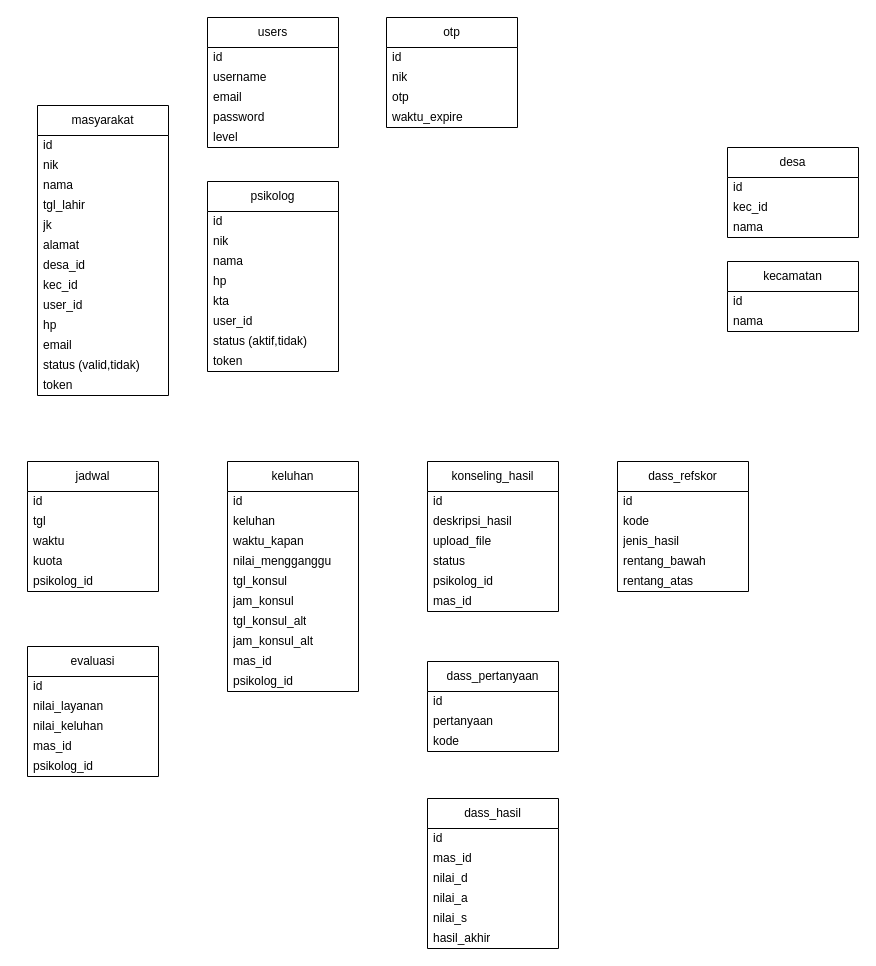
Earlier version of the draw.io diagram env_designs/erd_dps_baru.drawio (zeneight/drawio). Source tidied: cells renumbered, new cells numbered last; positions are measured from the earlier drawing's top-left corner, leaving out a move shared by most shapes. Both pictures are drawn from the tidied source at 100%, with x=0, y=0 at pixel (27, 17).
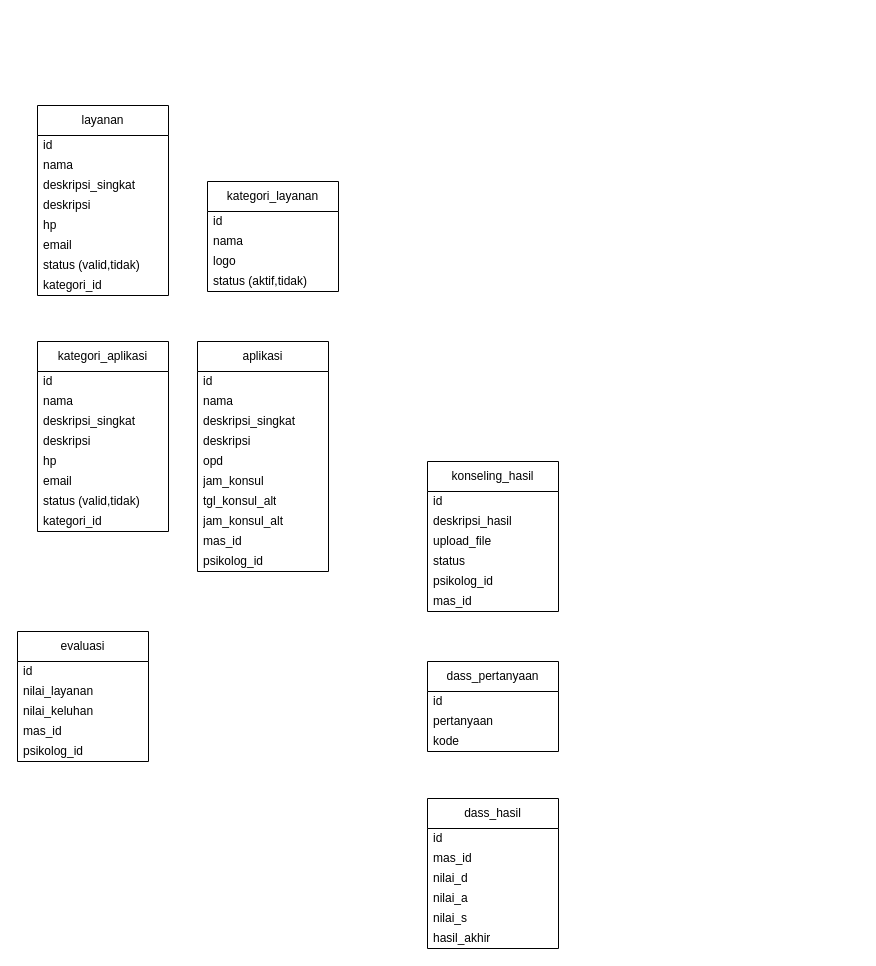
The same page after the edit.

The edit, as a diff of the source:
```diff
@@
-    <mxCell id="2" value="masyarakat" style="swimlane;fontStyle=0;horizontal=1;startSize=30;whiteSpace=wrap;html=1;" parent="1" vertex="1">
-      <mxGeometry x="10" y="88" width="131" height="290" as="geometry" />
+    <mxCell id="2" value="layanan" style="swimlane;fontStyle=0;horizontal=1;startSize=30;whiteSpace=wrap;html=1;" parent="1" vertex="1">
+      <mxGeometry x="10" y="88" width="131" height="190" as="geometry" />
     </mxCell>
@@
-    <mxCell id="4" value="nik" style="text;strokeColor=none;fillColor=none;align=left;verticalAlign=middle;spacingLeft=4;spacingRight=4;overflow=hidden;whiteSpace=wrap;html=1;" parent="2" vertex="1">
+    <mxCell id="4" value="nama" style="text;strokeColor=none;fillColor=none;align=left;verticalAlign=middle;spacingLeft=4;spacingRight=4;overflow=hidden;whiteSpace=wrap;html=1;" parent="2" vertex="1">
       <mxGeometry y="50" width="131" height="20" as="geometry" />
     </mxCell>
-    <mxCell id="5" value="nama" style="text;strokeColor=none;fillColor=none;align=left;verticalAlign=middle;spacingLeft=4;spacingRight=4;overflow=hidden;whiteSpace=wrap;html=1;" parent="2" vertex="1">
-      <mxGeometry y="70" width="131" height="20" as="geometry" />
-    </mxCell>
-    <mxCell id="6" value="tgl_lahir" style="text;strokeColor=none;fillColor=none;align=left;verticalAlign=middle;spacingLeft=4;spacingRight=4;overflow=hidden;whiteSpace=wrap;html=1;" parent="2" vertex="1">
-      <mxGeometry y="90" width="131" height="20" as="geometry" />
+    <mxCell id="6" value="deskripsi_singkat" style="text;strokeColor=none;fillColor=none;align=left;verticalAlign=middle;spacingLeft=4;spacingRight=4;overflow=hidden;whiteSpace=wrap;html=1;" parent="2" vertex="1">
+      <mxGeometry y="70" width="131" height="20" as="geometry" />
     </mxCell>
-    <mxCell id="7" value="jk" style="text;strokeColor=none;fillColor=none;align=left;verticalAlign=middle;spacingLeft=4;spacingRight=4;overflow=hidden;whiteSpace=wrap;html=1;" parent="2" vertex="1">
-      <mxGeometry y="110" width="131" height="20" as="geometry" />
+    <mxCell id="7" value="deskripsi" style="text;strokeColor=none;fillColor=none;align=left;verticalAlign=middle;spacingLeft=4;spacingRight=4;overflow=hidden;whiteSpace=wrap;html=1;" parent="2" vertex="1">
+      <mxGeometry y="90" width="131" height="20" as="geometry" />
     </mxCell>
-    <mxCell id="8" value="alamat" style="text;strokeColor=none;fillColor=none;align=left;verticalAlign=middle;spacingLeft=4;spacingRight=4;overflow=hidden;whiteSpace=wrap;html=1;" parent="2" vertex="1">
-      <mxGeometry y="130" width="131" height="20" as="geometry" />
-    </mxCell>
-    <mxCell id="9" value="desa_id" style="text;strokeColor=none;fillColor=none;align=left;verticalAlign=middle;spacingLeft=4;spacingRight=4;overflow=hidden;whiteSpace=wrap;html=1;" parent="2" vertex="1">
-      <mxGeometry y="150" width="131" height="20" as="geometry" />
-    </mxCell>
-    <mxCell id="10" value="kec_id" style="text;strokeColor=none;fillColor=none;align=left;verticalAlign=middle;spacingLeft=4;spacingRight=4;overflow=hidden;whiteSpace=wrap;html=1;" parent="2" vertex="1">
-      <mxGeometry y="170" width="131" height="20" as="geometry" />
-    </mxCell>
-    <mxCell id="11" value="user_id" style="text;strokeColor=none;fillColor=none;align=left;verticalAlign=middle;spacingLeft=4;spacingRight=4;overflow=hidden;whiteSpace=wrap;html=1;" parent="2" vertex="1">
-      <mxGeometry y="190" width="131" height="20" as="geometry" />
-    </mxCell>
     <mxCell id="12" value="hp" style="text;strokeColor=none;fillColor=none;align=left;verticalAlign=middle;spacingLeft=4;spacingRight=4;overflow=hidden;whiteSpace=wrap;html=1;" parent="2" vertex="1">
-      <mxGeometry y="210" width="131" height="20" as="geometry" />
+      <mxGeometry y="110" width="131" height="20" as="geometry" />
     </mxCell>
     <mxCell id="13" value="email" style="text;strokeColor=none;fillColor=none;align=left;verticalAlign=middle;spacingLeft=4;spacingRight=4;overflow=hidden;whiteSpace=wrap;html=1;" parent="2" vertex="1">
-      <mxGeometry y="230" width="131" height="20" as="geometry" />
+      <mxGeometry y="130" width="131" height="20" as="geometry" />
     </mxCell>
     <mxCell id="14" value="status (valid,tidak)" style="text;strokeColor=none;fillColor=none;align=left;verticalAlign=middle;spacingLeft=4;spacingRight=4;overflow=hidden;whiteSpace=wrap;html=1;" parent="2" vertex="1">
-      <mxGeometry y="250" width="131" height="20" as="geometry" />
+      <mxGeometry y="150" width="131" height="20" as="geometry" />
     </mxCell>
-    <mxCell id="15" value="token" style="text;strokeColor=none;fillColor=none;align=left;verticalAlign=middle;spacingLeft=4;spacingRight=4;overflow=hidden;whiteSpace=wrap;html=1;" parent="2" vertex="1">
-      <mxGeometry y="270" width="131" height="20" as="geometry" />
+    <mxCell id="15" value="kategori_id" style="text;strokeColor=none;fillColor=none;align=left;verticalAlign=middle;spacingLeft=4;spacingRight=4;overflow=hidden;whiteSpace=wrap;html=1;" parent="2" vertex="1">
+      <mxGeometry y="170" width="131" height="20" as="geometry" />
     </mxCell>
-    <mxCell id="16" value="psikolog" style="swimlane;fontStyle=0;horizontal=1;startSize=30;whiteSpace=wrap;html=1;" parent="1" vertex="1">
-      <mxGeometry x="180" y="164" width="131" height="190" as="geometry" />
+    <mxCell id="16" value="kategori_layanan" style="swimlane;fontStyle=0;horizontal=1;startSize=30;whiteSpace=wrap;html=1;" parent="1" vertex="1">
+      <mxGeometry x="180" y="164" width="131" height="110" as="geometry" />
     </mxCell>
@@
-    <mxCell id="18" value="nik" style="text;strokeColor=none;fillColor=none;align=left;verticalAlign=middle;spacingLeft=4;spacingRight=4;overflow=hidden;whiteSpace=wrap;html=1;" parent="16" vertex="1">
+    <mxCell id="18" value="nama" style="text;strokeColor=none;fillColor=none;align=left;verticalAlign=middle;spacingLeft=4;spacingRight=4;overflow=hidden;whiteSpace=wrap;html=1;" parent="16" vertex="1">
       <mxGeometry y="50" width="131" height="20" as="geometry" />
     </mxCell>
-    <mxCell id="19" value="nama" style="text;strokeColor=none;fillColor=none;align=left;verticalAlign=middle;spacingLeft=4;spacingRight=4;overflow=hidden;whiteSpace=wrap;html=1;" parent="16" vertex="1">
-      <mxGeometry y="70" width="131" height="20" as="geometry" />
-    </mxCell>
-    <mxCell id="20" value="hp" style="text;strokeColor=none;fillColor=none;align=left;verticalAlign=middle;spacingLeft=4;spacingRight=4;overflow=hidden;whiteSpace=wrap;html=1;" parent="16" vertex="1">
-      <mxGeometry y="90" width="131" height="20" as="geometry" />
-    </mxCell>
-    <mxCell id="21" value="kta" style="text;strokeColor=none;fillColor=none;align=left;verticalAlign=middle;spacingLeft=4;spacingRight=4;overflow=hidden;whiteSpace=wrap;html=1;" parent="16" vertex="1">
-      <mxGeometry y="110" width="131" height="20" as="geometry" />
-    </mxCell>
-    <mxCell id="22" value="user_id" style="text;strokeColor=none;fillColor=none;align=left;verticalAlign=middle;spacingLeft=4;spacingRight=4;overflow=hidden;whiteSpace=wrap;html=1;" parent="16" vertex="1">
-      <mxGeometry y="130" width="131" height="20" as="geometry" />
-    </mxCell>
+    <mxCell id="24" value="logo" style="text;strokeColor=none;fillColor=none;align=left;verticalAlign=middle;spacingLeft=4;spacingRight=4;overflow=hidden;whiteSpace=wrap;html=1;" parent="16" vertex="1">
+      <mxGeometry y="70" width="131" height="20" as="geometry" />
+    </mxCell>
     <mxCell id="23" value="status (aktif,tidak)" style="text;strokeColor=none;fillColor=none;align=left;verticalAlign=middle;spacingLeft=4;spacingRight=4;overflow=hidden;whiteSpace=wrap;html=1;" parent="16" vertex="1">
-      <mxGeometry y="150" width="131" height="20" as="geometry" />
+      <mxGeometry y="90" width="131" height="20" as="geometry" />
     </mxCell>
-    <mxCell id="24" value="token" style="text;strokeColor=none;fillColor=none;align=left;verticalAlign=middle;spacingLeft=4;spacingRight=4;overflow=hidden;whiteSpace=wrap;html=1;" parent="16" vertex="1">
-      <mxGeometry y="170" width="131" height="20" as="geometry" />
-    </mxCell>
-    <mxCell id="25" value="users" style="swimlane;fontStyle=0;horizontal=1;startSize=30;whiteSpace=wrap;html=1;" parent="1" vertex="1">
-      <mxGeometry x="180" width="131" height="130" as="geometry" />
-    </mxCell>
-    <mxCell id="26" value="id" style="text;strokeColor=none;fillColor=none;align=left;verticalAlign=middle;spacingLeft=4;spacingRight=4;overflow=hidden;whiteSpace=wrap;html=1;" parent="25" vertex="1">
-      <mxGeometry y="30" width="131" height="20" as="geometry" />
-    </mxCell>
-    <mxCell id="27" value="username" style="text;strokeColor=none;fillColor=none;align=left;verticalAlign=middle;spacingLeft=4;spacingRight=4;overflow=hidden;whiteSpace=wrap;html=1;" parent="25" vertex="1">
-      <mxGeometry y="50" width="131" height="20" as="geometry" />
-    </mxCell>
-    <mxCell id="28" value="email" style="text;strokeColor=none;fillColor=none;align=left;verticalAlign=middle;spacingLeft=4;spacingRight=4;overflow=hidden;whiteSpace=wrap;html=1;" parent="25" vertex="1">
-      <mxGeometry y="70" width="131" height="20" as="geometry" />
-    </mxCell>
-    <mxCell id="29" value="password" style="text;strokeColor=none;fillColor=none;align=left;verticalAlign=middle;spacingLeft=4;spacingRight=4;overflow=hidden;whiteSpace=wrap;html=1;" parent="25" vertex="1">
-      <mxGeometry y="90" width="131" height="20" as="geometry" />
-    </mxCell>
-    <mxCell id="30" value="level" style="text;strokeColor=none;fillColor=none;align=left;verticalAlign=middle;spacingLeft=4;spacingRight=4;overflow=hidden;whiteSpace=wrap;html=1;" parent="25" vertex="1">
-      <mxGeometry y="110" width="131" height="20" as="geometry" />
-    </mxCell>
-    <mxCell id="31" value="jadwal" style="swimlane;fontStyle=0;horizontal=1;startSize=30;whiteSpace=wrap;html=1;" parent="1" vertex="1">
-      <mxGeometry y="444" width="131" height="130" as="geometry" />
-    </mxCell>
-    <mxCell id="32" value="id" style="text;strokeColor=none;fillColor=none;align=left;verticalAlign=middle;spacingLeft=4;spacingRight=4;overflow=hidden;whiteSpace=wrap;html=1;" parent="31" vertex="1">
-      <mxGeometry y="30" width="131" height="20" as="geometry" />
-    </mxCell>
-    <mxCell id="33" value="tgl" style="text;strokeColor=none;fillColor=none;align=left;verticalAlign=middle;spacingLeft=4;spacingRight=4;overflow=hidden;whiteSpace=wrap;html=1;" parent="31" vertex="1">
-      <mxGeometry y="50" width="131" height="20" as="geometry" />
-    </mxCell>
-    <mxCell id="34" value="waktu" style="text;strokeColor=none;fillColor=none;align=left;verticalAlign=middle;spacingLeft=4;spacingRight=4;overflow=hidden;whiteSpace=wrap;html=1;" parent="31" vertex="1">
-      <mxGeometry y="70" width="131" height="20" as="geometry" />
-    </mxCell>
-    <mxCell id="35" value="kuota" style="text;strokeColor=none;fillColor=none;align=left;verticalAlign=middle;spacingLeft=4;spacingRight=4;overflow=hidden;whiteSpace=wrap;html=1;" parent="31" vertex="1">
-      <mxGeometry y="90" width="131" height="20" as="geometry" />
-    </mxCell>
-    <mxCell id="36" value="psikolog_id" style="text;strokeColor=none;fillColor=none;align=left;verticalAlign=middle;spacingLeft=4;spacingRight=4;overflow=hidden;whiteSpace=wrap;html=1;" parent="31" vertex="1">
-      <mxGeometry y="110" width="131" height="20" as="geometry" />
-    </mxCell>
-    <mxCell id="37" value="keluhan" style="swimlane;fontStyle=0;horizontal=1;startSize=30;whiteSpace=wrap;html=1;" parent="1" vertex="1">
-      <mxGeometry x="200" y="444" width="131" height="230" as="geometry" />
+    <mxCell id="37" value="aplikasi" style="swimlane;fontStyle=0;horizontal=1;startSize=30;whiteSpace=wrap;html=1;" parent="1" vertex="1">
+      <mxGeometry x="170" y="324" width="131" height="230" as="geometry" />
     </mxCell>
@@
-    <mxCell id="39" value="keluhan" style="text;strokeColor=none;fillColor=none;align=left;verticalAlign=middle;spacingLeft=4;spacingRight=4;overflow=hidden;whiteSpace=wrap;html=1;" parent="37" vertex="1">
+    <mxCell id="39" value="nama" style="text;strokeColor=none;fillColor=none;align=left;verticalAlign=middle;spacingLeft=4;spacingRight=4;overflow=hidden;whiteSpace=wrap;html=1;" parent="37" vertex="1">
       <mxGeometry y="50" width="131" height="20" as="geometry" />
     </mxCell>
-    <mxCell id="40" value="waktu_kapan" style="text;strokeColor=none;fillColor=none;align=left;verticalAlign=middle;spacingLeft=4;spacingRight=4;overflow=hidden;whiteSpace=wrap;html=1;" parent="37" vertex="1">
+    <mxCell id="40" value="deskripsi_singkat" style="text;strokeColor=none;fillColor=none;align=left;verticalAlign=middle;spacingLeft=4;spacingRight=4;overflow=hidden;whiteSpace=wrap;html=1;" parent="37" vertex="1">
       <mxGeometry y="70" width="131" height="20" as="geometry" />
     </mxCell>
-    <mxCell id="41" value="nilai_mengganggu" style="text;strokeColor=none;fillColor=none;align=left;verticalAlign=middle;spacingLeft=4;spacingRight=4;overflow=hidden;whiteSpace=wrap;html=1;" parent="37" vertex="1">
+    <mxCell id="41" value="deskripsi" style="text;strokeColor=none;fillColor=none;align=left;verticalAlign=middle;spacingLeft=4;spacingRight=4;overflow=hidden;whiteSpace=wrap;html=1;" parent="37" vertex="1">
       <mxGeometry y="90" width="131" height="20" as="geometry" />
     </mxCell>
-    <mxCell id="42" value="tgl_konsul" style="text;strokeColor=none;fillColor=none;align=left;verticalAlign=middle;spacingLeft=4;spacingRight=4;overflow=hidden;whiteSpace=wrap;html=1;" parent="37" vertex="1">
+    <mxCell id="42" value="opd" style="text;strokeColor=none;fillColor=none;align=left;verticalAlign=middle;spacingLeft=4;spacingRight=4;overflow=hidden;whiteSpace=wrap;html=1;" parent="37" vertex="1">
       <mxGeometry y="110" width="131" height="20" as="geometry" />
     </mxCell>
@@
     <mxCell id="55" value="evaluasi" style="swimlane;fontStyle=0;horizontal=1;startSize=30;whiteSpace=wrap;html=1;" parent="1" vertex="1">
-      <mxGeometry y="629" width="131" height="130" as="geometry" />
+      <mxGeometry x="-10" y="614" width="131" height="130" as="geometry" />
     </mxCell>
@@
-    <mxCell id="72" value="desa" style="swimlane;fontStyle=0;horizontal=1;startSize=30;whiteSpace=wrap;html=1;" parent="1" vertex="1">
-      <mxGeometry x="700" y="130" width="131" height="90" as="geometry" />
-    </mxCell>
-    <mxCell id="73" value="id" style="text;strokeColor=none;fillColor=none;align=left;verticalAlign=middle;spacingLeft=4;spacingRight=4;overflow=hidden;whiteSpace=wrap;html=1;" parent="72" vertex="1">
-      <mxGeometry y="30" width="131" height="20" as="geometry" />
-    </mxCell>
-    <mxCell id="74" value="kec_id" style="text;strokeColor=none;fillColor=none;align=left;verticalAlign=middle;spacingLeft=4;spacingRight=4;overflow=hidden;whiteSpace=wrap;html=1;" parent="72" vertex="1">
-      <mxGeometry y="50" width="131" height="20" as="geometry" />
-    </mxCell>
-    <mxCell id="75" value="nama" style="text;strokeColor=none;fillColor=none;align=left;verticalAlign=middle;spacingLeft=4;spacingRight=4;overflow=hidden;whiteSpace=wrap;html=1;" parent="72" vertex="1">
-      <mxGeometry y="70" width="131" height="20" as="geometry" />
-    </mxCell>
-    <mxCell id="76" value="kecamatan" style="swimlane;fontStyle=0;horizontal=1;startSize=30;whiteSpace=wrap;html=1;" parent="1" vertex="1">
-      <mxGeometry x="700" y="244" width="131" height="70" as="geometry" />
-    </mxCell>
-    <mxCell id="77" value="id" style="text;strokeColor=none;fillColor=none;align=left;verticalAlign=middle;spacingLeft=4;spacingRight=4;overflow=hidden;whiteSpace=wrap;html=1;" parent="76" vertex="1">
-      <mxGeometry y="30" width="131" height="20" as="geometry" />
-    </mxCell>
+    <mxCell id="90" value="kategori_aplikasi" style="swimlane;fontStyle=0;horizontal=1;startSize=30;whiteSpace=wrap;html=1;" parent="1" vertex="1">
+      <mxGeometry x="10" y="324" width="131" height="190" as="geometry" />
+    </mxCell>
+    <mxCell id="91" value="id" style="text;strokeColor=none;fillColor=none;align=left;verticalAlign=middle;spacingLeft=4;spacingRight=4;overflow=hidden;whiteSpace=wrap;html=1;" parent="90" vertex="1">
+      <mxGeometry y="30" width="131" height="20" as="geometry" />
+    </mxCell>
-    <mxCell id="78" value="nama" style="text;strokeColor=none;fillColor=none;align=left;verticalAlign=middle;spacingLeft=4;spacingRight=4;overflow=hidden;whiteSpace=wrap;html=1;" parent="76" vertex="1">
+    <mxCell id="78" value="nama" style="text;strokeColor=none;fillColor=none;align=left;verticalAlign=middle;spacingLeft=4;spacingRight=4;overflow=hidden;whiteSpace=wrap;html=1;" parent="90" vertex="1">
       <mxGeometry y="50" width="131" height="20" as="geometry" />
     </mxCell>
-    <mxCell id="79" value="dass_refskor" style="swimlane;fontStyle=0;horizontal=1;startSize=30;whiteSpace=wrap;html=1;" parent="1" vertex="1">
-      <mxGeometry x="590" y="444" width="131" height="130" as="geometry" />
-    </mxCell>
-    <mxCell id="80" value="id" style="text;strokeColor=none;fillColor=none;align=left;verticalAlign=middle;spacingLeft=4;spacingRight=4;overflow=hidden;whiteSpace=wrap;html=1;" parent="79" vertex="1">
-      <mxGeometry y="30" width="131" height="20" as="geometry" />
-    </mxCell>
-    <mxCell id="81" value="&lt;div&gt;kode&lt;/div&gt;" style="text;strokeColor=none;fillColor=none;align=left;verticalAlign=middle;spacingLeft=4;spacingRight=4;overflow=hidden;whiteSpace=wrap;html=1;" parent="79" vertex="1">
-      <mxGeometry y="50" width="131" height="20" as="geometry" />
-    </mxCell>
-    <mxCell id="82" value="jenis_hasil" style="text;strokeColor=none;fillColor=none;align=left;verticalAlign=middle;spacingLeft=4;spacingRight=4;overflow=hidden;whiteSpace=wrap;html=1;" parent="79" vertex="1">
-      <mxGeometry y="70" width="131" height="20" as="geometry" />
-    </mxCell>
-    <mxCell id="83" value="rentang_bawah" style="text;strokeColor=none;fillColor=none;align=left;verticalAlign=middle;spacingLeft=4;spacingRight=4;overflow=hidden;whiteSpace=wrap;html=1;" parent="79" vertex="1">
-      <mxGeometry y="90" width="131" height="20" as="geometry" />
-    </mxCell>
-    <mxCell id="84" value="rentang_atas" style="text;strokeColor=none;fillColor=none;align=left;verticalAlign=middle;spacingLeft=4;spacingRight=4;overflow=hidden;whiteSpace=wrap;html=1;" parent="79" vertex="1">
-      <mxGeometry y="110" width="131" height="20" as="geometry" />
-    </mxCell>
-    <mxCell id="85" value="otp" style="swimlane;fontStyle=0;horizontal=1;startSize=30;whiteSpace=wrap;html=1;" parent="1" vertex="1">
-      <mxGeometry x="359" width="131" height="110" as="geometry" />
-    </mxCell>
-    <mxCell id="86" value="id" style="text;strokeColor=none;fillColor=none;align=left;verticalAlign=middle;spacingLeft=4;spacingRight=4;overflow=hidden;whiteSpace=wrap;html=1;" parent="85" vertex="1">
-      <mxGeometry y="30" width="131" height="20" as="geometry" />
-    </mxCell>
-    <mxCell id="87" value="nik" style="text;strokeColor=none;fillColor=none;align=left;verticalAlign=middle;spacingLeft=4;spacingRight=4;overflow=hidden;whiteSpace=wrap;html=1;" parent="85" vertex="1">
-      <mxGeometry y="50" width="131" height="20" as="geometry" />
-    </mxCell>
-    <mxCell id="88" value="otp" style="text;strokeColor=none;fillColor=none;align=left;verticalAlign=middle;spacingLeft=4;spacingRight=4;overflow=hidden;whiteSpace=wrap;html=1;" parent="85" vertex="1">
-      <mxGeometry y="70" width="131" height="20" as="geometry" />
-    </mxCell>
-    <mxCell id="89" value="waktu_expire" style="text;strokeColor=none;fillColor=none;align=left;verticalAlign=middle;spacingLeft=4;spacingRight=4;overflow=hidden;whiteSpace=wrap;html=1;" parent="85" vertex="1">
-      <mxGeometry y="90" width="131" height="20" as="geometry" />
-    </mxCell>
+    <mxCell id="92" value="deskripsi_singkat" style="text;strokeColor=none;fillColor=none;align=left;verticalAlign=middle;spacingLeft=4;spacingRight=4;overflow=hidden;whiteSpace=wrap;html=1;" parent="90" vertex="1">
+      <mxGeometry y="70" width="131" height="20" as="geometry" />
+    </mxCell>
+    <mxCell id="93" value="deskripsi" style="text;strokeColor=none;fillColor=none;align=left;verticalAlign=middle;spacingLeft=4;spacingRight=4;overflow=hidden;whiteSpace=wrap;html=1;" parent="90" vertex="1">
+      <mxGeometry y="90" width="131" height="20" as="geometry" />
+    </mxCell>
+    <mxCell id="20" value="hp" style="text;strokeColor=none;fillColor=none;align=left;verticalAlign=middle;spacingLeft=4;spacingRight=4;overflow=hidden;whiteSpace=wrap;html=1;" parent="90" vertex="1">
+      <mxGeometry y="110" width="131" height="20" as="geometry" />
+    </mxCell>
+    <mxCell id="28" value="email" style="text;strokeColor=none;fillColor=none;align=left;verticalAlign=middle;spacingLeft=4;spacingRight=4;overflow=hidden;whiteSpace=wrap;html=1;" parent="90" vertex="1">
+      <mxGeometry y="130" width="131" height="20" as="geometry" />
+    </mxCell>
+    <mxCell id="94" value="status (valid,tidak)" style="text;strokeColor=none;fillColor=none;align=left;verticalAlign=middle;spacingLeft=4;spacingRight=4;overflow=hidden;whiteSpace=wrap;html=1;" parent="90" vertex="1">
+      <mxGeometry y="150" width="131" height="20" as="geometry" />
+    </mxCell>
+    <mxCell id="95" value="kategori_id" style="text;strokeColor=none;fillColor=none;align=left;verticalAlign=middle;spacingLeft=4;spacingRight=4;overflow=hidden;whiteSpace=wrap;html=1;" parent="90" vertex="1">
+      <mxGeometry y="170" width="131" height="20" as="geometry" />
+    </mxCell>
```
